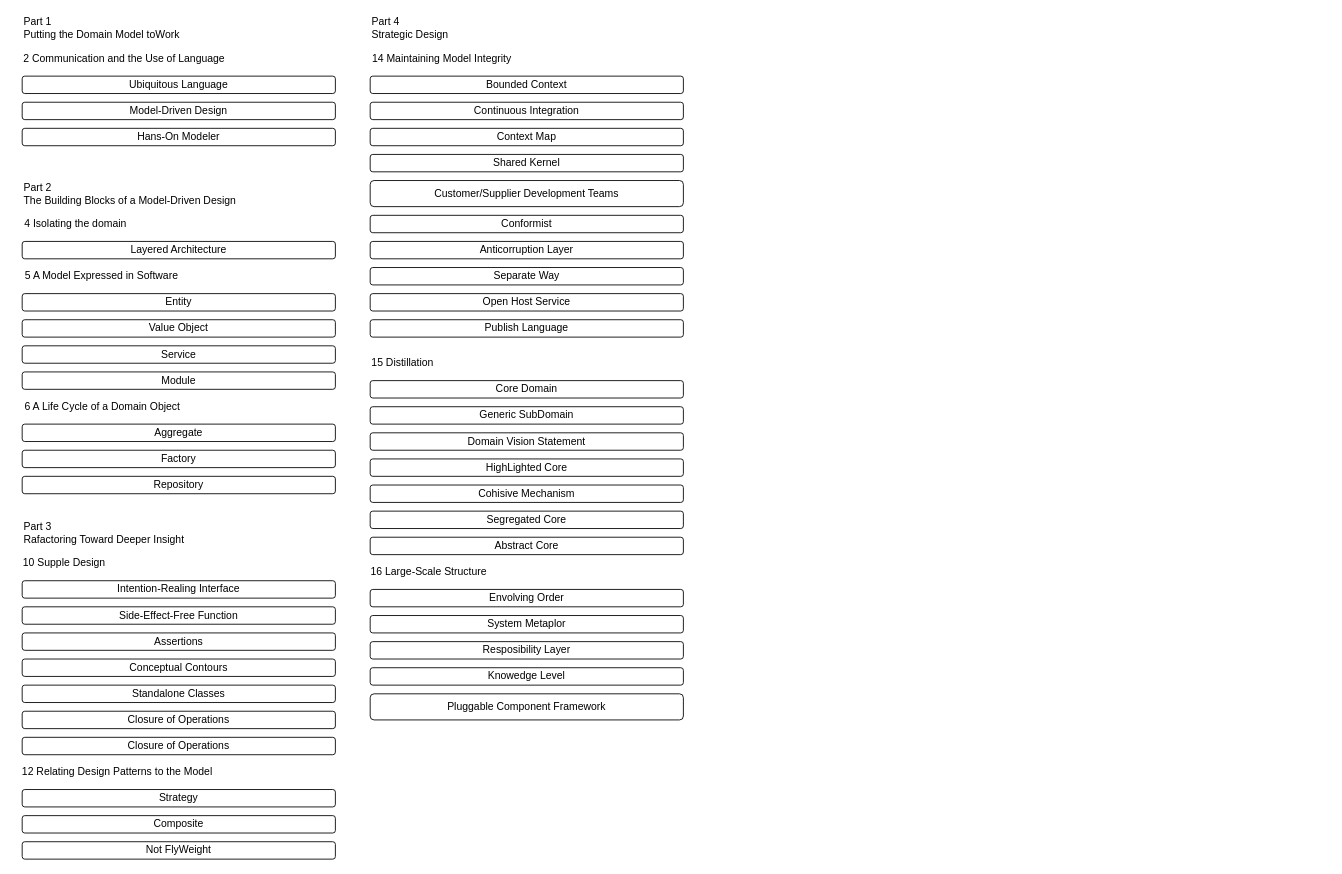
rabbitcount/drawio keeps this draw.io diagram as architecture/ddd.drawio. Above is the earlier version. Source tidied: cells renumbered, new cells numbered last; positions are measured from the earlier drawing's top-left corner, leaving out a move shared by most shapes. Both pictures are drawn from the tidied source at 87%, with x=0, y=0 at pixel (15, 15).
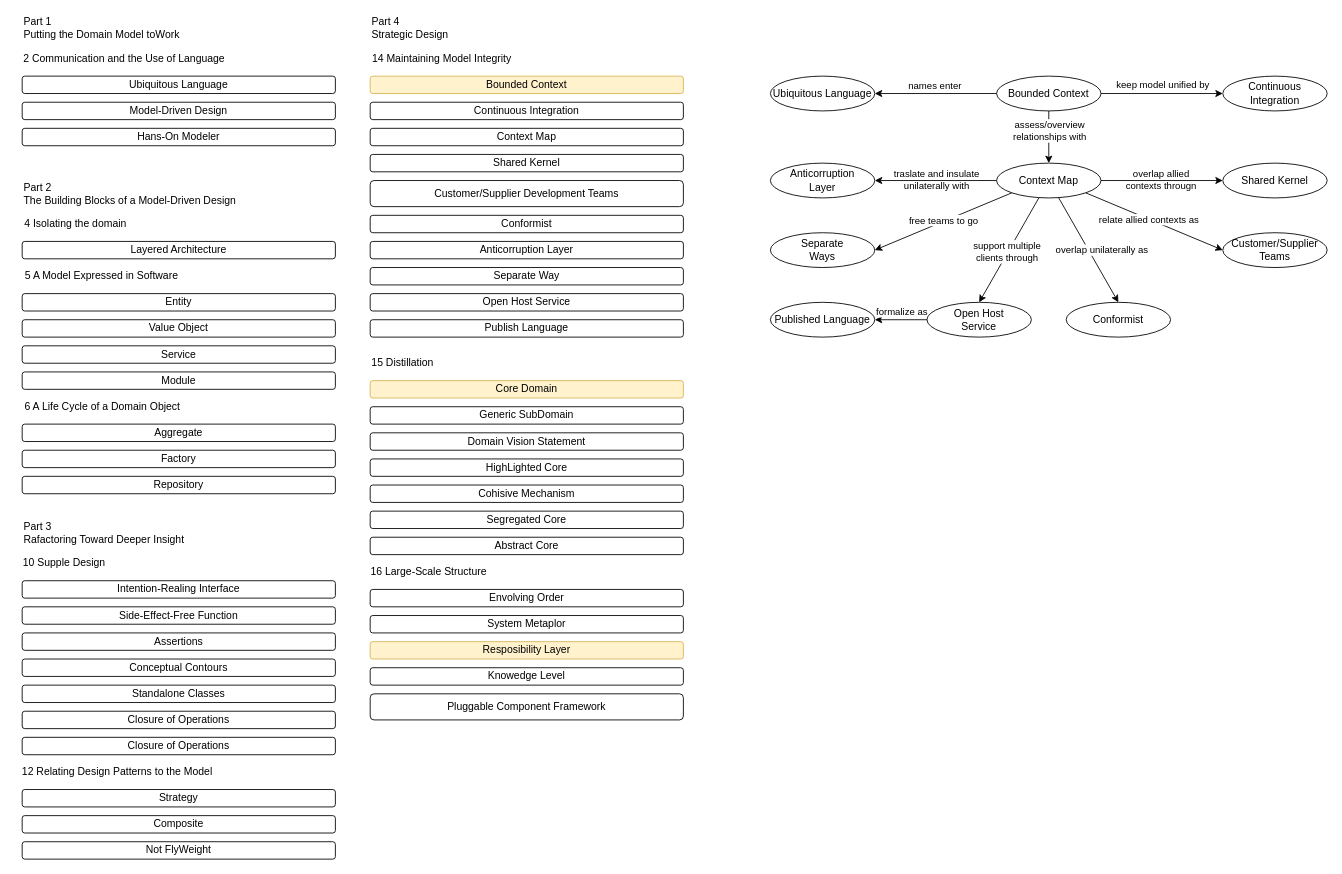
After the change.

What changed in the source:
```diff
@@
-    <mxCell id="34" value="Bounded Context" style="rounded=1;whiteSpace=wrap;html=1;fillColor=none;" parent="1" vertex="1">
+    <mxCell id="34" value="Bounded Context" style="rounded=1;whiteSpace=wrap;html=1;fillColor=#fff2cc;strokeColor=#d6b656;" parent="1" vertex="1">
       <mxGeometry x="408" y="70" width="360" height="20" as="geometry" />
     </mxCell>
@@
-    <mxCell id="44" value="Core Domain" style="rounded=1;whiteSpace=wrap;html=1;fillColor=none;" parent="1" vertex="1">
+    <mxCell id="44" value="Core Domain" style="rounded=1;whiteSpace=wrap;html=1;fillColor=#fff2cc;strokeColor=#d6b656;" parent="1" vertex="1">
       <mxGeometry x="408" y="420" width="360" height="20" as="geometry" />
     </mxCell>
@@
-    <mxCell id="55" value="Resposibility Layer" style="rounded=1;whiteSpace=wrap;html=1;fillColor=none;" parent="1" vertex="1">
+    <mxCell id="55" value="Resposibility Layer" style="rounded=1;whiteSpace=wrap;html=1;fillColor=#fff2cc;strokeColor=#d6b656;" parent="1" vertex="1">
       <mxGeometry x="408" y="720" width="360" height="20" as="geometry" />
     </mxCell>
@@
+    <mxCell id="58" style="edgeStyle=orthogonalEdgeStyle;rounded=0;jettySize=auto;html=1;entryX=1;entryY=0.5;entryDx=0;entryDy=0;" parent="1" edge="1" source="63" target="64">
+      <mxGeometry relative="1" as="geometry" />
+    </mxCell>
+    <mxCell id="59" value="names enter" style="edgeLabel;html=1;align=center;verticalAlign=middle;" parent="58" vertex="1">
+      <mxGeometry x="0.22" relative="1" as="geometry">
+        <mxPoint x="13" y="-10" as="offset" />
+      </mxGeometry>
+    </mxCell>
+    <mxCell id="60" value="keep model unified by" style="edgeStyle=orthogonalEdgeStyle;rounded=0;jettySize=auto;html=1;entryX=0;entryY=0.5;entryDx=0;entryDy=0;exitX=1;exitY=0.5;exitDx=0;exitDy=0;" parent="1" edge="1" source="63" target="65">
+      <mxGeometry x="0.02" y="10" relative="1" as="geometry" />
+    </mxCell>
+    <mxCell id="61" style="edgeStyle=orthogonalEdgeStyle;rounded=0;jettySize=auto;html=1;" parent="1" edge="1" source="63" target="78">
+      <mxGeometry relative="1" as="geometry" />
+    </mxCell>
+    <mxCell id="62" value="assess/overview &lt;br&gt;relationships with" style="edgeLabel;html=1;align=center;verticalAlign=middle;" parent="61" vertex="1">
+      <mxGeometry x="-0.26" relative="1" as="geometry" />
+    </mxCell>
+    <mxCell id="63" value="&lt;span style=&quot;&quot;&gt;Bounded Context&lt;/span&gt;" style="ellipse;whiteSpace=wrap;html=1;fillColor=none;align=center;" parent="1" vertex="1">
+      <mxGeometry x="1128" y="70" width="120" height="40" as="geometry" />
+    </mxCell>
+    <mxCell id="64" value="&lt;span&gt;Ubiquitous Language&lt;/span&gt;" style="ellipse;whiteSpace=wrap;html=1;fillColor=none;align=center;" parent="1" vertex="1">
+      <mxGeometry x="868" y="70" width="120" height="40" as="geometry" />
+    </mxCell>
+    <mxCell id="65" value="Continuous Integration" style="ellipse;whiteSpace=wrap;html=1;fillColor=none;align=center;" parent="1" vertex="1">
+      <mxGeometry x="1388" y="70" width="120" height="40" as="geometry" />
+    </mxCell>
+    <mxCell id="66" style="edgeStyle=orthogonalEdgeStyle;rounded=0;jettySize=auto;html=1;entryX=1;entryY=0.5;entryDx=0;entryDy=0;" parent="1" edge="1" source="78" target="79">
+      <mxGeometry relative="1" as="geometry" />
+    </mxCell>
+    <mxCell id="67" value="traslate and insulate &lt;br&gt;unilaterally with" style="edgeLabel;html=1;align=center;verticalAlign=middle;labelBackgroundColor=none;" parent="66" vertex="1">
+      <mxGeometry x="0.03" y="-4" relative="1" as="geometry">
+        <mxPoint x="2" y="2" as="offset" />
+      </mxGeometry>
+    </mxCell>
+    <mxCell id="68" style="rounded=0;jettySize=auto;html=1;entryX=1;entryY=0.5;entryDx=0;entryDy=0;exitX=0;exitY=1;exitDx=0;exitDy=0;" parent="1" edge="1" source="78" target="81">
+      <mxGeometry relative="1" as="geometry" />
+    </mxCell>
+    <mxCell id="69" value="free teams to go" style="edgeLabel;html=1;align=center;verticalAlign=middle;" parent="68" vertex="1">
+      <mxGeometry x="-0.01" y="-2" relative="1" as="geometry" />
+    </mxCell>
+    <mxCell id="70" style="edgeStyle=none;rounded=0;jettySize=auto;html=1;entryX=0.5;entryY=0;entryDx=0;entryDy=0;" parent="1" edge="1" source="78" target="84">
+      <mxGeometry relative="1" as="geometry" />
+    </mxCell>
+    <mxCell id="71" value="support multiple&lt;br&gt;clients through" style="edgeLabel;html=1;align=center;verticalAlign=middle;" parent="70" vertex="1">
+      <mxGeometry x="0.04" y="-2" relative="1" as="geometry" />
+    </mxCell>
+    <mxCell id="72" style="edgeStyle=none;rounded=0;jettySize=auto;html=1;entryX=0.5;entryY=0;entryDx=0;entryDy=0;" parent="1" edge="1" source="78" target="87">
+      <mxGeometry relative="1" as="geometry" />
+    </mxCell>
+    <mxCell id="73" value="overlap unilaterally as" style="edgeLabel;html=1;align=center;verticalAlign=middle;" parent="72" vertex="1">
+      <mxGeometry y="1" relative="1" as="geometry">
+        <mxPoint x="13.7" y="0.9" as="offset" />
+      </mxGeometry>
+    </mxCell>
+    <mxCell id="74" style="edgeStyle=none;rounded=0;jettySize=auto;html=1;entryX=0;entryY=0.5;entryDx=0;entryDy=0;" parent="1" edge="1" source="78" target="80">
+      <mxGeometry relative="1" as="geometry" />
+    </mxCell>
+    <mxCell id="75" value="overlap allied &lt;br&gt;contexts througn" style="edgeLabel;html=1;align=center;verticalAlign=middle;labelBackgroundColor=none;" parent="74" vertex="1">
+      <mxGeometry x="-0.23" y="1" relative="1" as="geometry">
+        <mxPoint x="14" y="-1" as="offset" />
+      </mxGeometry>
+    </mxCell>
+    <mxCell id="76" style="edgeStyle=none;rounded=0;jettySize=auto;html=1;entryX=0;entryY=0.5;entryDx=0;entryDy=0;exitX=1;exitY=1;exitDx=0;exitDy=0;" parent="1" edge="1" source="78" target="86">
+      <mxGeometry relative="1" as="geometry" />
+    </mxCell>
+    <mxCell id="77" value="relate allied contexts as" style="edgeLabel;html=1;align=center;verticalAlign=middle;" parent="76" vertex="1">
+      <mxGeometry x="-0.09" relative="1" as="geometry" />
+    </mxCell>
+    <mxCell id="78" value="&lt;span&gt;Context Map&lt;/span&gt;" style="ellipse;whiteSpace=wrap;html=1;fillColor=none;align=center;" parent="1" vertex="1">
+      <mxGeometry x="1128" y="170" width="120" height="40" as="geometry" />
+    </mxCell>
+    <mxCell id="79" value="&lt;span&gt;Anticorruption&lt;br&gt;Layer&lt;br&gt;&lt;/span&gt;" style="ellipse;whiteSpace=wrap;html=1;fillColor=none;align=center;" parent="1" vertex="1">
+      <mxGeometry x="868" y="170" width="120" height="40" as="geometry" />
+    </mxCell>
+    <mxCell id="80" value="&lt;span&gt;Shared Kernel&lt;/span&gt;" style="ellipse;whiteSpace=wrap;html=1;fillColor=none;align=center;" parent="1" vertex="1">
+      <mxGeometry x="1388" y="170" width="120" height="40" as="geometry" />
+    </mxCell>
+    <mxCell id="81" value="&lt;span&gt;Separate&lt;br&gt;Ways&lt;br&gt;&lt;/span&gt;" style="ellipse;whiteSpace=wrap;html=1;fillColor=none;align=center;" parent="1" vertex="1">
+      <mxGeometry x="868" y="250" width="120" height="40" as="geometry" />
+    </mxCell>
+    <mxCell id="82" style="edgeStyle=none;rounded=0;jettySize=auto;html=1;entryX=1;entryY=0.5;entryDx=0;entryDy=0;exitX=0;exitY=0.5;exitDx=0;exitDy=0;" parent="1" edge="1" source="84" target="85">
+      <mxGeometry relative="1" as="geometry" />
+    </mxCell>
+    <mxCell id="83" value="formalize as" style="edgeLabel;html=1;align=center;verticalAlign=middle;" parent="82" vertex="1">
+      <mxGeometry x="-0.2" y="3" relative="1" as="geometry">
+        <mxPoint x="-6" y="-13" as="offset" />
+      </mxGeometry>
+    </mxCell>
+    <mxCell id="84" value="&lt;span&gt;Open Host&lt;br&gt;Service&lt;br&gt;&lt;/span&gt;" style="ellipse;whiteSpace=wrap;html=1;fillColor=none;align=center;" parent="1" vertex="1">
+      <mxGeometry x="1048" y="330" width="120" height="40" as="geometry" />
+    </mxCell>
+    <mxCell id="85" value="&lt;span&gt;Published Language&lt;/span&gt;" style="ellipse;whiteSpace=wrap;html=1;fillColor=none;align=center;" parent="1" vertex="1">
+      <mxGeometry x="868" y="330" width="120" height="40" as="geometry" />
+    </mxCell>
+    <mxCell id="86" value="Customer/Supplier&lt;br&gt;Teams" style="ellipse;whiteSpace=wrap;html=1;fillColor=none;align=center;" parent="1" vertex="1">
+      <mxGeometry x="1388" y="250" width="120" height="40" as="geometry" />
+    </mxCell>
+    <mxCell id="87" value="Conformist" style="ellipse;whiteSpace=wrap;html=1;fillColor=none;align=center;" parent="1" vertex="1">
+      <mxGeometry x="1208" y="330" width="120" height="40" as="geometry" />
+    </mxCell>
```
